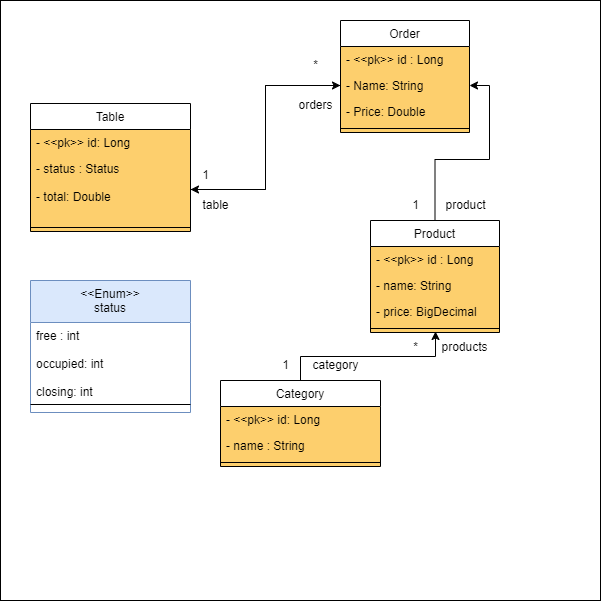
The draw.io diagram assets/SnackHarbor.png in DeivinsonPereira/SnackHarbor, before a commit. Source tidied: cells renumbered, new cells last; positions are measured from the earlier drawing's top-left corner, leaving out a move shared by most shapes.
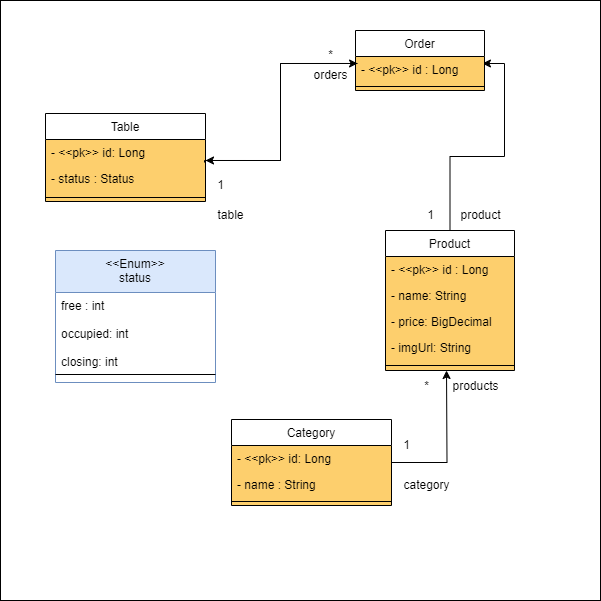
The same file after the commit.

What changed in the source:
```diff
@@ -3,13 +3,13 @@
     <mxCell id="0" />
     <mxCell id="1" parent="0" />
     <mxCell id="2" style="whiteSpace=wrap;html=1;" parent="1" vertex="1">
-      <mxGeometry width="600" height="600" as="geometry" />
+      <mxGeometry x="-15" y="-10" width="600" height="600" as="geometry" />
     </mxCell>
-    <mxCell id="3" style="edgeStyle=orthogonalEdgeStyle;rounded=0;jettySize=auto;html=1;" parent="1" edge="1" source="4" target="19">
+    <mxCell id="3" style="edgeStyle=orthogonalEdgeStyle;rounded=0;jettySize=auto;html=1;entryX=0.984;entryY=0.269;entryDx=0;entryDy=0;entryPerimeter=0;" parent="1" edge="1" source="4" target="18">
       <mxGeometry relative="1" as="geometry" />
     </mxCell>
     <mxCell id="4" value="Product" style="swimlane;fontStyle=0;align=center;verticalAlign=top;horizontal=1;startSize=26;rounded=0;shadow=0;strokeWidth=1;swimlaneFillColor=#fdcf6d;" parent="1" vertex="1">
-      <mxGeometry x="370" y="220" width="129" height="112" as="geometry" />
+      <mxGeometry x="370" y="220" width="129" height="140" as="geometry" />
     </mxCell>
     <mxCell id="5" value="- &lt;&lt;pk&gt;&gt; id : Long" style="text;align=left;verticalAlign=top;spacingLeft=4;spacingRight=4;overflow=hidden;" parent="4" vertex="1">
       <mxGeometry y="26" width="129" height="26" as="geometry" />
@@ -20,23 +20,26 @@
     <mxCell id="7" value="- price: BigDecimal" style="text;align=left;verticalAlign=top;spacingLeft=4;spacingRight=4;overflow=hidden;rounded=0;shadow=0;html=0;" parent="4" vertex="1">
       <mxGeometry y="78" width="129" height="26" as="geometry" />
     </mxCell>
+    <mxCell id="38" value="- imgUrl: String" style="text;align=left;verticalAlign=top;spacingLeft=4;spacingRight=4;overflow=hidden;rounded=0;shadow=0;html=0;" parent="4" vertex="1">
+      <mxGeometry y="104" width="129" height="26" as="geometry" />
+    </mxCell>
     <mxCell id="8" style="line;html=1;strokeWidth=1;align=left;verticalAlign=middle;spacingTop=-1;spacingLeft=3;spacingRight=3;labelPosition=right;points=[];portConstraint=eastwest;" parent="4" vertex="1">
-      <mxGeometry y="104" width="129" height="8" as="geometry" />
+      <mxGeometry y="130" width="129" height="10" as="geometry" />
     </mxCell>
     <mxCell id="9" value="Table" style="swimlane;fontStyle=0;align=center;verticalAlign=top;horizontal=1;startSize=26;rounded=0;shadow=0;strokeWidth=1;swimlaneFillColor=#fdcf6d;gradientColor=none;" parent="1" vertex="1">
-      <mxGeometry x="30" y="103" width="160" height="128" as="geometry" />
+      <mxGeometry x="30" y="103" width="160" height="88" as="geometry" />
     </mxCell>
     <mxCell id="10" value="- &lt;&lt;pk&gt;&gt; id: Long" style="text;align=left;verticalAlign=top;spacingLeft=4;spacingRight=4;overflow=hidden;" parent="9" vertex="1">
       <mxGeometry y="26" width="160" height="26" as="geometry" />
     </mxCell>
-    <mxCell id="11" value="- status : Status&#10;&#10;- total: Double" style="text;align=left;verticalAlign=top;spacingLeft=4;spacingRight=4;overflow=hidden;points=[[0,0.5],[1,0.5]];portConstraint=eastwest;rounded=0;shadow=0;html=0;" parent="9" vertex="1">
-      <mxGeometry y="52" width="160" height="68" as="geometry" />
+    <mxCell id="11" value="- status : Status&#10;" style="text;align=left;verticalAlign=top;spacingLeft=4;spacingRight=4;overflow=hidden;points=[[0,0.5],[1,0.5]];portConstraint=eastwest;rounded=0;shadow=0;html=0;" parent="9" vertex="1">
+      <mxGeometry y="52" width="160" height="28" as="geometry" />
     </mxCell>
     <mxCell id="12" style="line;html=1;strokeWidth=1;align=left;verticalAlign=middle;spacingTop=-1;spacingLeft=3;spacingRight=3;labelPosition=right;" parent="9" vertex="1">
-      <mxGeometry y="120" width="160" height="8" as="geometry" />
+      <mxGeometry y="80" width="160" height="8" as="geometry" />
     </mxCell>
     <mxCell id="13" value="&lt;&lt;Enum&gt;&gt;&#10;status&#10;&#10;" style="swimlane;fontStyle=0;align=center;verticalAlign=top;horizontal=1;startSize=42;rounded=0;shadow=0;strokeWidth=1;fillColor=#dae8fc;strokeColor=#6c8ebf;fillStyle=auto;swimlaneFillColor=default;" parent="1" vertex="1">
-      <mxGeometry x="30" y="280" width="160" height="132" as="geometry" />
+      <mxGeometry x="40" y="240" width="160" height="132" as="geometry" />
     </mxCell>
     <mxCell id="14" value="free : int&#10;&#10;occupied: int&#10;&#10;closing: int&#10;&#10;&#10;" style="text;align=left;verticalAlign=top;spacingLeft=4;spacingRight=4;overflow=hidden;" parent="13" vertex="1">
       <mxGeometry y="42" width="160" height="78" as="geometry" />
@@ -44,29 +47,25 @@
     <mxCell id="15" style="line;html=1;strokeWidth=1;align=left;verticalAlign=middle;spacingTop=-1;spacingLeft=3;spacingRight=3;labelPosition=right;" parent="13" vertex="1">
       <mxGeometry y="120" width="160" height="8" as="geometry" />
     </mxCell>
-    <mxCell id="16" style="edgeStyle=orthogonalEdgeStyle;rounded=0;jettySize=auto;html=1;entryX=0.504;entryY=0.875;entryDx=0;entryDy=0;entryPerimeter=0;" parent="1" edge="1" source="34" target="8">
-      <mxGeometry relative="1" as="geometry" />
+    <mxCell id="16" style="edgeStyle=orthogonalEdgeStyle;rounded=0;jettySize=auto;html=1;entryX=0.504;entryY=0.875;entryDx=0;entryDy=0;entryPerimeter=0;" parent="1" edge="1" source="34">
+      <mxGeometry relative="1" as="geometry">
+        <mxPoint x="431" y="360" as="targetPoint" />
+      </mxGeometry>
     </mxCell>
     <mxCell id="17" value="Order" style="swimlane;fontStyle=0;align=center;verticalAlign=top;horizontal=1;startSize=26;rounded=0;shadow=0;strokeWidth=1;swimlaneFillColor=#fdcf6d;" parent="1" vertex="1">
-      <mxGeometry x="340" y="20" width="129" height="112" as="geometry" />
+      <mxGeometry x="340" y="20" width="129" height="60" as="geometry" />
     </mxCell>
     <mxCell id="18" value="- &lt;&lt;pk&gt;&gt; id : Long" style="text;align=left;verticalAlign=top;spacingLeft=4;spacingRight=4;overflow=hidden;points=[[0,0.5],[1,0.5]];portConstraint=eastwest;" parent="17" vertex="1">
       <mxGeometry y="26" width="129" height="26" as="geometry" />
     </mxCell>
-    <mxCell id="19" value="- Name: String" style="text;align=left;verticalAlign=top;spacingLeft=4;spacingRight=4;overflow=hidden;points=[[0,0.5],[1,0.5]];portConstraint=eastwest;rounded=0;shadow=0;html=0;" parent="17" vertex="1">
-      <mxGeometry y="52" width="129" height="26" as="geometry" />
-    </mxCell>
-    <mxCell id="20" value="- Price: Double" style="text;align=left;verticalAlign=top;spacingLeft=4;spacingRight=4;overflow=hidden;rounded=0;shadow=0;html=0;" parent="17" vertex="1">
-      <mxGeometry y="78" width="129" height="26" as="geometry" />
-    </mxCell>
     <mxCell id="21" style="line;html=1;strokeWidth=1;align=left;verticalAlign=middle;spacingTop=-1;spacingLeft=3;spacingRight=3;labelPosition=right;" parent="17" vertex="1">
-      <mxGeometry y="104" width="129" height="8" as="geometry" />
+      <mxGeometry y="52" width="129" height="8" as="geometry" />
     </mxCell>
     <mxCell id="22" value="1" style="text;html=1;align=center;verticalAlign=middle;strokeColor=none;fillColor=none;" parent="1" vertex="1">
-      <mxGeometry x="270" y="350" width="30" height="30" as="geometry" />
+      <mxGeometry x="376" y="420" width="30" height="30" as="geometry" />
     </mxCell>
     <mxCell id="23" value="category" style="text;html=1;align=center;verticalAlign=middle;strokeColor=none;fillColor=none;" parent="1" vertex="1">
-      <mxGeometry x="300" y="350" width="70" height="30" as="geometry" />
+      <mxGeometry x="376" y="460" width="70" height="30" as="geometry" />
     </mxCell>
     <mxCell id="24" value="1" style="text;html=1;align=center;verticalAlign=middle;strokeColor=none;fillColor=none;" parent="1" vertex="1">
       <mxGeometry x="400" y="190" width="30" height="30" as="geometry" />
@@ -77,29 +76,35 @@
     <mxCell id="26" value="1" style="text;html=1;align=center;verticalAlign=middle;strokeColor=none;fillColor=none;" parent="1" vertex="1">
       <mxGeometry x="190" y="160" width="30" height="30" as="geometry" />
     </mxCell>
-    <mxCell id="27" style="edgeStyle=orthogonalEdgeStyle;rounded=0;jettySize=auto;html=1;entryX=0;entryY=0.5;entryDx=0;entryDy=0;" parent="1" edge="1" source="11" target="19">
-      <mxGeometry relative="1" as="geometry" />
+    <mxCell id="27" style="edgeStyle=orthogonalEdgeStyle;rounded=0;jettySize=auto;html=1;entryX=0.016;entryY=0.269;entryDx=0;entryDy=0;entryPerimeter=0;exitX=0.994;exitY=-0.107;exitDx=0;exitDy=0;exitPerimeter=0;" parent="1" edge="1" source="11" target="18">
+      <mxGeometry relative="1" as="geometry">
+        <Array as="points">
+          <mxPoint x="189" y="150" />
+          <mxPoint x="265" y="150" />
+          <mxPoint x="265" y="53" />
+        </Array>
+      </mxGeometry>
     </mxCell>
     <mxCell id="28" value="table" style="text;html=1;align=center;verticalAlign=middle;strokeColor=none;fillColor=none;" parent="1" vertex="1">
       <mxGeometry x="190" y="190" width="50" height="30" as="geometry" />
     </mxCell>
-    <mxCell id="29" style="edgeStyle=orthogonalEdgeStyle;rounded=0;jettySize=auto;html=1;exitX=0;exitY=0.5;exitDx=0;exitDy=0;" parent="1" edge="1" source="19" target="11">
+    <mxCell id="29" style="edgeStyle=orthogonalEdgeStyle;rounded=0;jettySize=auto;html=1;exitX=0.016;exitY=0.269;exitDx=0;exitDy=0;exitPerimeter=0;entryX=1;entryY=-0.179;entryDx=0;entryDy=0;entryPerimeter=0;" parent="1" edge="1" source="18" target="11">
       <mxGeometry relative="1" as="geometry" />
     </mxCell>
     <mxCell id="30" value="orders" style="text;html=1;align=center;verticalAlign=middle;strokeColor=none;fillColor=none;" parent="1" vertex="1">
-      <mxGeometry x="285" y="90" width="60" height="30" as="geometry" />
+      <mxGeometry x="285" y="50" width="60" height="30" as="geometry" />
     </mxCell>
     <mxCell id="31" value="*" style="text;html=1;align=center;verticalAlign=middle;strokeColor=none;fillColor=none;" parent="1" vertex="1">
-      <mxGeometry x="300" y="50" width="30" height="30" as="geometry" />
+      <mxGeometry x="300" y="30" width="30" height="30" as="geometry" />
     </mxCell>
     <mxCell id="32" value="products" style="text;html=1;align=center;verticalAlign=middle;strokeColor=none;fillColor=none;" parent="1" vertex="1">
-      <mxGeometry x="429" y="332" width="70" height="30" as="geometry" />
+      <mxGeometry x="425" y="361" width="70" height="30" as="geometry" />
     </mxCell>
     <mxCell id="33" value="*" style="text;html=1;align=center;verticalAlign=middle;strokeColor=none;fillColor=none;" parent="1" vertex="1">
-      <mxGeometry x="400" y="332" width="30" height="30" as="geometry" />
+      <mxGeometry x="396" y="361" width="30" height="30" as="geometry" />
     </mxCell>
     <mxCell id="34" value="Category" style="swimlane;fontStyle=0;align=center;verticalAlign=top;horizontal=1;startSize=26;rounded=0;shadow=0;strokeWidth=1;swimlaneFillColor=#fdcf6d;" parent="1" vertex="1">
-      <mxGeometry x="220" y="380" width="160" height="86" as="geometry" />
+      <mxGeometry x="216" y="409" width="160" height="86" as="geometry" />
     </mxCell>
     <mxCell id="35" value="- &lt;&lt;pk&gt;&gt; id: Long" style="text;align=left;verticalAlign=top;spacingLeft=4;spacingRight=4;overflow=hidden;" parent="34" vertex="1">
       <mxGeometry y="26" width="160" height="26" as="geometry" />
```
